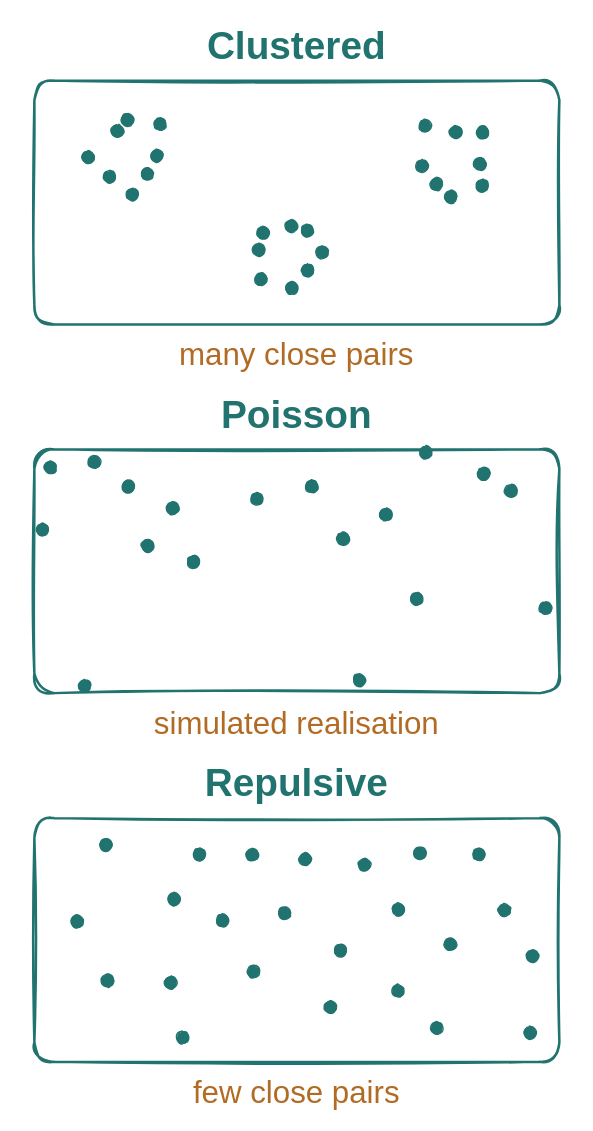
The draw.io diagram assets/point_process_patterns.drawio in MathisRost/agentic-ai-math, before the edit. Source tidied: cells renumbered, new cells numbered last; positions are measured from the earlier drawing's top-left corner, leaving out a move shared by most shapes. Both pictures are drawn from the tidied source at 125%, with x=0, y=0 at pixel (21, 21).
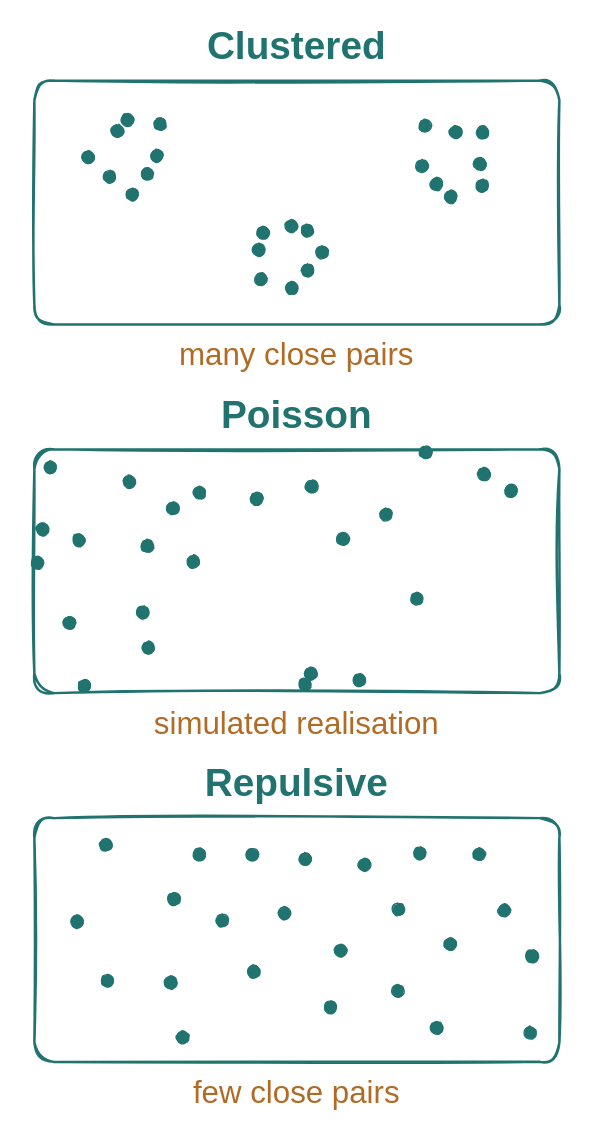
After the change.

Change to the diagram source:
```diff
@@
     <mxCell id="32" style="ellipse;fillStyle=solid;fillColor=#21736F;strokeColor=#21736F;strokeWidth=1;sketch=1;jiggle=0.4;" parent="1" vertex="1">
-      <mxGeometry x="80.1" y="366.8" width="10" height="10" as="geometry" />
+      <mxGeometry x="386.3" y="370.2" width="10" height="10" as="geometry" />
     </mxCell>
     <mxCell id="33" style="ellipse;fillStyle=solid;fillColor=#21736F;strokeColor=#21736F;strokeWidth=1;sketch=1;jiggle=0.4;" parent="1" vertex="1">
-      <mxGeometry x="414.1" y="464.1" width="10" height="10" as="geometry" />
+      <mxGeometry x="318.3" y="339.5" width="10" height="10" as="geometry" />
     </mxCell>
     <mxCell id="34" style="ellipse;fillStyle=solid;fillColor=#21736F;strokeColor=#21736F;strokeWidth=1;sketch=1;jiggle=0.4;" parent="1" vertex="1">
-      <mxGeometry x="53" y="346.8" width="10" height="10" as="geometry" />
+      <mxGeometry x="251.9" y="408.4" width="10" height="10" as="geometry" />
     </mxCell>
     <mxCell id="35" style="ellipse;fillStyle=solid;fillColor=#21736F;strokeColor=#21736F;strokeWidth=1;sketch=1;jiggle=0.4;" parent="1" vertex="1">
-      <mxGeometry x="386.3" y="370.2" width="10" height="10" as="geometry" />
+      <mxGeometry x="227" y="366.7" width="10" height="10" as="geometry" />
     </mxCell>
     <mxCell id="36" style="ellipse;fillStyle=solid;fillColor=#21736F;strokeColor=#21736F;strokeWidth=1;sketch=1;jiggle=0.4;" parent="1" vertex="1">
-      <mxGeometry x="318.3" y="339.5" width="10" height="10" as="geometry" />
+      <mxGeometry x="132.3" y="426.9" width="10" height="10" as="geometry" />
     </mxCell>
     <mxCell id="37" style="ellipse;fillStyle=solid;fillColor=#21736F;strokeColor=#21736F;strokeWidth=1;sketch=1;jiggle=0.4;" parent="1" vertex="1">
-      <mxGeometry x="251.9" y="408.4" width="10" height="10" as="geometry" />
+      <mxGeometry x="364.6" y="356.7" width="10" height="10" as="geometry" />
     </mxCell>
     <mxCell id="38" style="ellipse;fillStyle=solid;fillColor=#21736F;strokeColor=#21736F;strokeWidth=1;sketch=1;jiggle=0.4;" parent="1" vertex="1">
-      <mxGeometry x="227" y="366.7" width="10" height="10" as="geometry" />
+      <mxGeometry x="95.5" y="414.3" width="10" height="10" as="geometry" />
     </mxCell>
     <mxCell id="39" style="ellipse;fillStyle=solid;fillColor=#21736F;strokeColor=#21736F;strokeWidth=1;sketch=1;jiggle=0.4;" parent="1" vertex="1">
-      <mxGeometry x="132.3" y="426.9" width="10" height="10" as="geometry" />
+      <mxGeometry x="45" y="526.2" width="10" height="10" as="geometry" />
     </mxCell>
     <mxCell id="40" style="ellipse;fillStyle=solid;fillColor=#21736F;strokeColor=#21736F;strokeWidth=1;sketch=1;jiggle=0.4;" parent="1" vertex="1">
-      <mxGeometry x="364.6" y="356.7" width="10" height="10" as="geometry" />
+      <mxGeometry x="183" y="376.7" width="10" height="10" as="geometry" />
     </mxCell>
     <mxCell id="41" style="ellipse;fillStyle=solid;fillColor=#21736F;strokeColor=#21736F;strokeWidth=1;sketch=1;jiggle=0.4;" parent="1" vertex="1">
-      <mxGeometry x="95.5" y="414.3" width="10" height="10" as="geometry" />
+      <mxGeometry x="11.4" y="401.1" width="10" height="10" as="geometry" />
     </mxCell>
     <mxCell id="42" style="ellipse;fillStyle=solid;fillColor=#21736F;strokeColor=#21736F;strokeWidth=1;sketch=1;jiggle=0.4;" parent="1" vertex="1">
-      <mxGeometry x="45" y="526.2" width="10" height="10" as="geometry" />
+      <mxGeometry x="286.1" y="389.1" width="10" height="10" as="geometry" />
     </mxCell>
     <mxCell id="43" style="ellipse;fillStyle=solid;fillColor=#21736F;strokeColor=#21736F;strokeWidth=1;sketch=1;jiggle=0.4;" parent="1" vertex="1">
-      <mxGeometry x="183" y="376.7" width="10" height="10" as="geometry" />
+      <mxGeometry x="311" y="456.6" width="10" height="10" as="geometry" />
     </mxCell>
     <mxCell id="44" style="ellipse;fillStyle=solid;fillColor=#21736F;strokeColor=#21736F;strokeWidth=1;sketch=1;jiggle=0.4;" parent="1" vertex="1">
-      <mxGeometry x="11.4" y="401.1" width="10" height="10" as="geometry" />
+      <mxGeometry x="17.7" y="351.3" width="10" height="10" as="geometry" />
     </mxCell>
     <mxCell id="45" style="ellipse;fillStyle=solid;fillColor=#21736F;strokeColor=#21736F;strokeWidth=1;sketch=1;jiggle=0.4;" parent="1" vertex="1">
-      <mxGeometry x="286.1" y="389.1" width="10" height="10" as="geometry" />
+      <mxGeometry x="115.7" y="384.1" width="10" height="10" as="geometry" />
     </mxCell>
     <mxCell id="46" style="ellipse;fillStyle=solid;fillColor=#21736F;strokeColor=#21736F;strokeWidth=1;sketch=1;jiggle=0.4;" parent="1" vertex="1">
-      <mxGeometry x="311" y="456.6" width="10" height="10" as="geometry" />
+      <mxGeometry x="265.1" y="521.6" width="10" height="10" as="geometry" />
     </mxCell>
     <mxCell id="47" style="ellipse;fillStyle=solid;fillColor=#21736F;strokeColor=#21736F;strokeWidth=1;sketch=1;jiggle=0.4;" parent="1" vertex="1">
-      <mxGeometry x="17.7" y="351.3" width="10" height="10" as="geometry" />
+      <mxGeometry x="137" y="371.6" width="10" height="10" as="geometry" />
     </mxCell>
     <mxCell id="48" style="ellipse;fillStyle=solid;fillColor=#21736F;strokeColor=#21736F;strokeWidth=1;sketch=1;jiggle=0.4;" parent="1" vertex="1">
-      <mxGeometry x="115.7" y="384.1" width="10" height="10" as="geometry" />
+      <mxGeometry x="226.2" y="516.5" width="10" height="10" as="geometry" />
     </mxCell>
     <mxCell id="49" style="ellipse;fillStyle=solid;fillColor=#21736F;strokeColor=#21736F;strokeWidth=1;sketch=1;jiggle=0.4;" parent="1" vertex="1">
-      <mxGeometry x="265.1" y="521.6" width="10" height="10" as="geometry" />
+      <mxGeometry x="40.7" y="409.6" width="10" height="10" as="geometry" />
     </mxCell>
-    <mxCell id="50" value="Repulsive" style="text;html=0;whiteSpace=wrap;align=center;verticalAlign=middle;fontFamily=Kalam;fontSize=31;fontStyle=1;fontColor=#21736F;strokeColor=none;fillColor=none;" parent="1" vertex="1">
-      <mxGeometry y="590" width="440" height="38" as="geometry" />
+    <mxCell id="50" style="ellipse;fillStyle=solid;fillColor=#21736F;strokeColor=#21736F;strokeWidth=1;sketch=1;jiggle=0.4;" parent="1" vertex="1">
+      <mxGeometry x="32.9" y="475.9" width="10" height="10" as="geometry" />
     </mxCell>
-    <mxCell id="51" style="rounded=1;arcSize=8;fillColor=#FFFFFF;strokeColor=#21736F;strokeWidth=2;sketch=1;comic=0;jiggle=1.2;" parent="1" vertex="1">
-      <mxGeometry x="10" y="637" width="420" height="195" as="geometry" />
+    <mxCell id="51" style="ellipse;fillStyle=solid;fillColor=#21736F;strokeColor=#21736F;strokeWidth=1;sketch=1;jiggle=0.4;" parent="1" vertex="1">
+      <mxGeometry x="91.9" y="467.5" width="10" height="10" as="geometry" />
     </mxCell>
-    <mxCell id="52" value="few close pairs" style="text;html=0;whiteSpace=wrap;align=center;verticalAlign=middle;fontFamily=Kalam;fontSize=25;fontStyle=0;fontColor=#B16B24;strokeColor=none;fillColor=none;" parent="1" vertex="1">
-      <mxGeometry x="10" y="839" width="420" height="32" as="geometry" />
+    <mxCell id="52" style="ellipse;fillStyle=solid;fillColor=#21736F;strokeColor=#21736F;strokeWidth=1;sketch=1;jiggle=0.4;" parent="1" vertex="1">
+      <mxGeometry x="96.1" y="495.7" width="10" height="10" as="geometry" />
     </mxCell>
     <mxCell id="53" style="ellipse;fillStyle=solid;fillColor=#21736F;strokeColor=#21736F;strokeWidth=1;sketch=1;jiggle=0.4;" parent="1" vertex="1">
-      <mxGeometry x="155.4" y="714" width="10" height="10" as="geometry" />
+      <mxGeometry x="7.3" y="427.9" width="10" height="10" as="geometry" />
     </mxCell>
     <mxCell id="54" style="ellipse;fillStyle=solid;fillColor=#21736F;strokeColor=#21736F;strokeWidth=1;sketch=1;jiggle=0.4;" parent="1" vertex="1">
-      <mxGeometry x="296.3" y="705.1" width="10" height="10" as="geometry" />
+      <mxGeometry x="81.1" y="362.9" width="10" height="10" as="geometry" />
     </mxCell>
     <mxCell id="55" style="ellipse;fillStyle=solid;fillColor=#21736F;strokeColor=#21736F;strokeWidth=1;sketch=1;jiggle=0.4;" parent="1" vertex="1">
-      <mxGeometry x="205.1" y="708.2" width="10" height="10" as="geometry" />
+      <mxGeometry x="221.4" y="525.2" width="10" height="10" as="geometry" />
     </mxCell>
-    <mxCell id="56" style="ellipse;fillStyle=solid;fillColor=#21736F;strokeColor=#21736F;strokeWidth=1;sketch=1;jiggle=0.4;" parent="1" vertex="1">
-      <mxGeometry x="337.8" y="732.9" width="10" height="10" as="geometry" />
+    <mxCell id="56" value="Repulsive" style="text;html=0;whiteSpace=wrap;align=center;verticalAlign=middle;fontFamily=Kalam;fontSize=31;fontStyle=1;fontColor=#21736F;strokeColor=none;fillColor=none;" parent="1" vertex="1">
+      <mxGeometry y="590" width="440" height="38" as="geometry" />
     </mxCell>
-    <mxCell id="57" style="ellipse;fillStyle=solid;fillColor=#21736F;strokeColor=#21736F;strokeWidth=1;sketch=1;jiggle=0.4;" parent="1" vertex="1">
-      <mxGeometry x="62.2" y="653.5" width="10" height="10" as="geometry" />
+    <mxCell id="57" style="rounded=1;arcSize=8;fillColor=#FFFFFF;strokeColor=#21736F;strokeWidth=2;sketch=1;comic=0;jiggle=1.2;" parent="1" vertex="1">
+      <mxGeometry x="10" y="637" width="420" height="195" as="geometry" />
     </mxCell>
-    <mxCell id="58" style="ellipse;fillStyle=solid;fillColor=#21736F;strokeColor=#21736F;strokeWidth=1;sketch=1;jiggle=0.4;" parent="1" vertex="1">
-      <mxGeometry x="269.1" y="669.4" width="10" height="10" as="geometry" />
+    <mxCell id="58" value="few close pairs" style="text;html=0;whiteSpace=wrap;align=center;verticalAlign=middle;fontFamily=Kalam;fontSize=25;fontStyle=0;fontColor=#B16B24;strokeColor=none;fillColor=none;" parent="1" vertex="1">
+      <mxGeometry x="10" y="839" width="420" height="32" as="geometry" />
     </mxCell>
     <mxCell id="59" style="ellipse;fillStyle=solid;fillColor=#21736F;strokeColor=#21736F;strokeWidth=1;sketch=1;jiggle=0.4;" parent="1" vertex="1">
-      <mxGeometry x="180.4" y="754.8" width="10" height="10" as="geometry" />
+      <mxGeometry x="155.4" y="714" width="10" height="10" as="geometry" />
     </mxCell>
     <mxCell id="60" style="ellipse;fillStyle=solid;fillColor=#21736F;strokeColor=#21736F;strokeWidth=1;sketch=1;jiggle=0.4;" parent="1" vertex="1">
-      <mxGeometry x="123.7" y="807.6" width="10" height="10" as="geometry" />
+      <mxGeometry x="296.3" y="705.1" width="10" height="10" as="geometry" />
     </mxCell>
     <mxCell id="61" style="ellipse;fillStyle=solid;fillColor=#21736F;strokeColor=#21736F;strokeWidth=1;sketch=1;jiggle=0.4;" parent="1" vertex="1">
-      <mxGeometry x="401.7" y="803.9" width="10" height="10" as="geometry" />
+      <mxGeometry x="205.1" y="708.2" width="10" height="10" as="geometry" />
     </mxCell>
     <mxCell id="62" style="ellipse;fillStyle=solid;fillColor=#21736F;strokeColor=#21736F;strokeWidth=1;sketch=1;jiggle=0.4;" parent="1" vertex="1">
-      <mxGeometry x="241.9" y="783.3" width="10" height="10" as="geometry" />
+      <mxGeometry x="337.8" y="732.9" width="10" height="10" as="geometry" />
     </mxCell>
     <mxCell id="63" style="ellipse;fillStyle=solid;fillColor=#21736F;strokeColor=#21736F;strokeWidth=1;sketch=1;jiggle=0.4;" parent="1" vertex="1">
-      <mxGeometry x="179.3" y="661.4" width="10" height="10" as="geometry" />
+      <mxGeometry x="62.2" y="653.5" width="10" height="10" as="geometry" />
     </mxCell>
     <mxCell id="64" style="ellipse;fillStyle=solid;fillColor=#21736F;strokeColor=#21736F;strokeWidth=1;sketch=1;jiggle=0.4;" parent="1" vertex="1">
-      <mxGeometry x="114.1" y="763.7" width="10" height="10" as="geometry" />
+      <mxGeometry x="269.1" y="669.4" width="10" height="10" as="geometry" />
     </mxCell>
     <mxCell id="65" style="ellipse;fillStyle=solid;fillColor=#21736F;strokeColor=#21736F;strokeWidth=1;sketch=1;jiggle=0.4;" parent="1" vertex="1">
-      <mxGeometry x="39.1" y="714.7" width="10" height="10" as="geometry" />
+      <mxGeometry x="180.4" y="754.8" width="10" height="10" as="geometry" />
     </mxCell>
     <mxCell id="66" style="ellipse;fillStyle=solid;fillColor=#21736F;strokeColor=#21736F;strokeWidth=1;sketch=1;jiggle=0.4;" parent="1" vertex="1">
-      <mxGeometry x="381" y="705.8" width="10" height="10" as="geometry" />
+      <mxGeometry x="123.7" y="807.6" width="10" height="10" as="geometry" />
     </mxCell>
     <mxCell id="67" style="ellipse;fillStyle=solid;fillColor=#21736F;strokeColor=#21736F;strokeWidth=1;sketch=1;jiggle=0.4;" parent="1" vertex="1">
-      <mxGeometry x="295.9" y="770.2" width="10" height="10" as="geometry" />
+      <mxGeometry x="401.7" y="803.9" width="10" height="10" as="geometry" />
     </mxCell>
     <mxCell id="68" style="ellipse;fillStyle=solid;fillColor=#21736F;strokeColor=#21736F;strokeWidth=1;sketch=1;jiggle=0.4;" parent="1" vertex="1">
-      <mxGeometry x="249.9" y="737.9" width="10" height="10" as="geometry" />
+      <mxGeometry x="241.9" y="783.3" width="10" height="10" as="geometry" />
     </mxCell>
     <mxCell id="69" style="ellipse;fillStyle=solid;fillColor=#21736F;strokeColor=#21736F;strokeWidth=1;sketch=1;jiggle=0.4;" parent="1" vertex="1">
-      <mxGeometry x="313.4" y="660.2" width="10" height="10" as="geometry" />
+      <mxGeometry x="179.3" y="661.4" width="10" height="10" as="geometry" />
     </mxCell>
     <mxCell id="70" style="ellipse;fillStyle=solid;fillColor=#21736F;strokeColor=#21736F;strokeWidth=1;sketch=1;jiggle=0.4;" parent="1" vertex="1">
-      <mxGeometry x="63.5" y="762.1" width="10" height="10" as="geometry" />
+      <mxGeometry x="114.1" y="763.7" width="10" height="10" as="geometry" />
     </mxCell>
     <mxCell id="71" style="ellipse;fillStyle=solid;fillColor=#21736F;strokeColor=#21736F;strokeWidth=1;sketch=1;jiggle=0.4;" parent="1" vertex="1">
-      <mxGeometry x="116.7" y="696.7" width="10" height="10" as="geometry" />
+      <mxGeometry x="39.1" y="714.7" width="10" height="10" as="geometry" />
     </mxCell>
     <mxCell id="72" style="ellipse;fillStyle=solid;fillColor=#21736F;strokeColor=#21736F;strokeWidth=1;sketch=1;jiggle=0.4;" parent="1" vertex="1">
-      <mxGeometry x="221.7" y="664.8" width="10" height="10" as="geometry" />
+      <mxGeometry x="381" y="705.8" width="10" height="10" as="geometry" />
     </mxCell>
     <mxCell id="73" style="ellipse;fillStyle=solid;fillColor=#21736F;strokeColor=#21736F;strokeWidth=1;sketch=1;jiggle=0.4;" parent="1" vertex="1">
-      <mxGeometry x="327" y="799.9" width="10" height="10" as="geometry" />
+      <mxGeometry x="295.9" y="770.2" width="10" height="10" as="geometry" />
     </mxCell>
     <mxCell id="74" style="ellipse;fillStyle=solid;fillColor=#21736F;strokeColor=#21736F;strokeWidth=1;sketch=1;jiggle=0.4;" parent="1" vertex="1">
-      <mxGeometry x="403.4" y="742.3" width="10" height="10" as="geometry" />
+      <mxGeometry x="249.9" y="737.9" width="10" height="10" as="geometry" />
     </mxCell>
     <mxCell id="75" style="ellipse;fillStyle=solid;fillColor=#21736F;strokeColor=#21736F;strokeWidth=1;sketch=1;jiggle=0.4;" parent="1" vertex="1">
-      <mxGeometry x="137.1" y="661.1" width="10" height="10" as="geometry" />
+      <mxGeometry x="313.4" y="660.2" width="10" height="10" as="geometry" />
     </mxCell>
     <mxCell id="76" style="ellipse;fillStyle=solid;fillColor=#21736F;strokeColor=#21736F;strokeWidth=1;sketch=1;jiggle=0.4;" parent="1" vertex="1">
-      <mxGeometry x="360.7" y="661" width="10" height="10" as="geometry" />
+      <mxGeometry x="63.5" y="762.1" width="10" height="10" as="geometry" />
     </mxCell>
+    <mxCell id="77" style="ellipse;fillStyle=solid;fillColor=#21736F;strokeColor=#21736F;strokeWidth=1;sketch=1;jiggle=0.4;" parent="1" vertex="1">
+      <mxGeometry x="116.7" y="696.7" width="10" height="10" as="geometry" />
+    </mxCell>
+    <mxCell id="78" style="ellipse;fillStyle=solid;fillColor=#21736F;strokeColor=#21736F;strokeWidth=1;sketch=1;jiggle=0.4;" parent="1" vertex="1">
+      <mxGeometry x="221.7" y="664.8" width="10" height="10" as="geometry" />
+    </mxCell>
+    <mxCell id="79" style="ellipse;fillStyle=solid;fillColor=#21736F;strokeColor=#21736F;strokeWidth=1;sketch=1;jiggle=0.4;" parent="1" vertex="1">
+      <mxGeometry x="327" y="799.9" width="10" height="10" as="geometry" />
+    </mxCell>
+    <mxCell id="80" style="ellipse;fillStyle=solid;fillColor=#21736F;strokeColor=#21736F;strokeWidth=1;sketch=1;jiggle=0.4;" parent="1" vertex="1">
+      <mxGeometry x="403.4" y="742.3" width="10" height="10" as="geometry" />
+    </mxCell>
+    <mxCell id="81" style="ellipse;fillStyle=solid;fillColor=#21736F;strokeColor=#21736F;strokeWidth=1;sketch=1;jiggle=0.4;" parent="1" vertex="1">
+      <mxGeometry x="137.1" y="661.1" width="10" height="10" as="geometry" />
+    </mxCell>
+    <mxCell id="82" style="ellipse;fillStyle=solid;fillColor=#21736F;strokeColor=#21736F;strokeWidth=1;sketch=1;jiggle=0.4;" parent="1" vertex="1">
+      <mxGeometry x="360.7" y="661" width="10" height="10" as="geometry" />
+    </mxCell>
```
